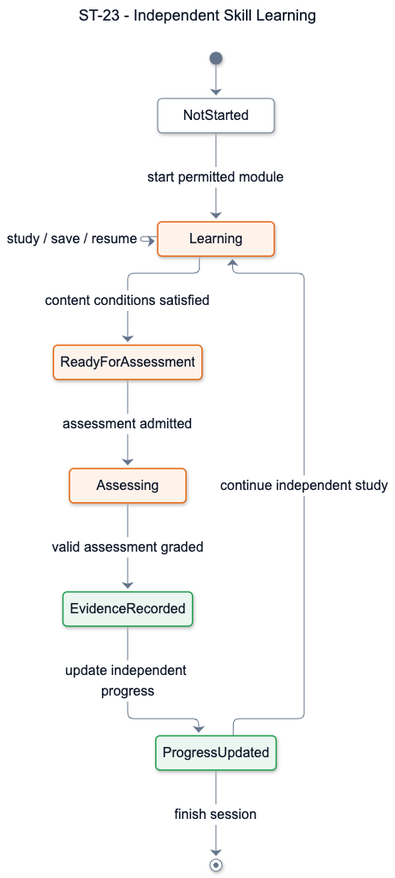
Above: documents/diagrams/mermaid/st-23.png in SEP490-Fall-2026-GFA26SE64/SEP490 (Mermaid), before the change. Its source is kept beside it as documents/diagrams/mermaid/st-23.mmd. The source it was exported from:
```mermaid
---
title: "ST-23 - Independent Skill Learning"
config: {"theme":"base","fontFamily":"Segoe UI, Arial, sans-serif","themeVariables":{"fontFamily":"Segoe UI, Arial, sans-serif","fontSize":"16px","primaryColor":"#ffffff","primaryTextColor":"#0f1729","primaryBorderColor":"#64748b","secondaryColor":"#fef3eb","tertiaryColor":"#ffffff","lineColor":"#64748b","textColor":"#0f1729","mainBkg":"#ffffff","background":"#ffffff","clusterBkg":"#ffffff","clusterBorder":"#64748b","edgeLabelBackground":"#ffffff","titleColor":"#0f1729","noteBkgColor":"#fef3eb","noteTextColor":"#0f1729","noteBorderColor":"#e6650f","labelColor":"#0f1729","compositeBackground":"#ffffff","compositeTitleBackground":"#ffffff","compositeBorder":"#64748b","altBackground":"#ffffff","nodeBorder":"#64748b","nodeTextColor":"#0f1729","cScale0":"#ffffff","cScaleLabel0":"#0f1729","cScale1":"#ffffff","cScaleLabel1":"#0f1729","cScale2":"#ffffff","cScaleLabel2":"#0f1729","cScale3":"#ffffff","cScaleLabel3":"#0f1729","cScale4":"#ffffff","cScaleLabel4":"#0f1729","cScale5":"#ffffff","cScaleLabel5":"#0f1729","cScale6":"#ffffff","cScaleLabel6":"#0f1729","cScale7":"#ffffff","cScaleLabel7":"#0f1729","cScale8":"#ffffff","cScaleLabel8":"#0f1729","cScale9":"#ffffff","cScaleLabel9":"#0f1729","cScale10":"#ffffff","cScaleLabel10":"#0f1729","cScale11":"#ffffff","cScaleLabel11":"#0f1729","secondaryBorderColor":"#64748b","tertiaryBorderColor":"#64748b","secondaryTextColor":"#0f1729","tertiaryTextColor":"#0f1729"},"state":{"nodeSpacing":42,"rankSpacing":64,"padding":16,"fontSize":16,"wrappingWidth":250}}
---
stateDiagram-v2
  state "NotStarted" as SDD_ST_23_NotStarted
  state "Learning" as SDD_ST_23_Learning
  state "ReadyForAssessment" as SDD_ST_23_Ready
  state "Assessing" as SDD_ST_23_Assessing
  state "EvidenceRecorded" as SDD_ST_23_Evidence
  state "ProgressUpdated" as SDD_ST_23_Progress
  [*] --> SDD_ST_23_NotStarted
  SDD_ST_23_NotStarted --> SDD_ST_23_Learning : start permitted module
  SDD_ST_23_Learning --> SDD_ST_23_Learning : study / save / resume
  SDD_ST_23_Learning --> SDD_ST_23_Ready : content conditions satisfied
  SDD_ST_23_Ready --> SDD_ST_23_Assessing : assessment admitted
  SDD_ST_23_Assessing --> SDD_ST_23_Evidence : valid assessment graded
  SDD_ST_23_Evidence --> SDD_ST_23_Progress : update independent progress
  SDD_ST_23_Progress --> SDD_ST_23_Learning : continue independent study
  SDD_ST_23_Progress --> [*] : finish session

  classDef working fill:#fef3eb,stroke:#e6650f,color:#0f1729,stroke-width:1.5px
  classDef accepted fill:#eaf6ef,stroke:#1a9e4a,color:#0f1729,stroke-width:1.5px
  class SDD_ST_23_Learning,SDD_ST_23_Ready,SDD_ST_23_Assessing working
  class SDD_ST_23_Evidence,SDD_ST_23_Progress accepted
```
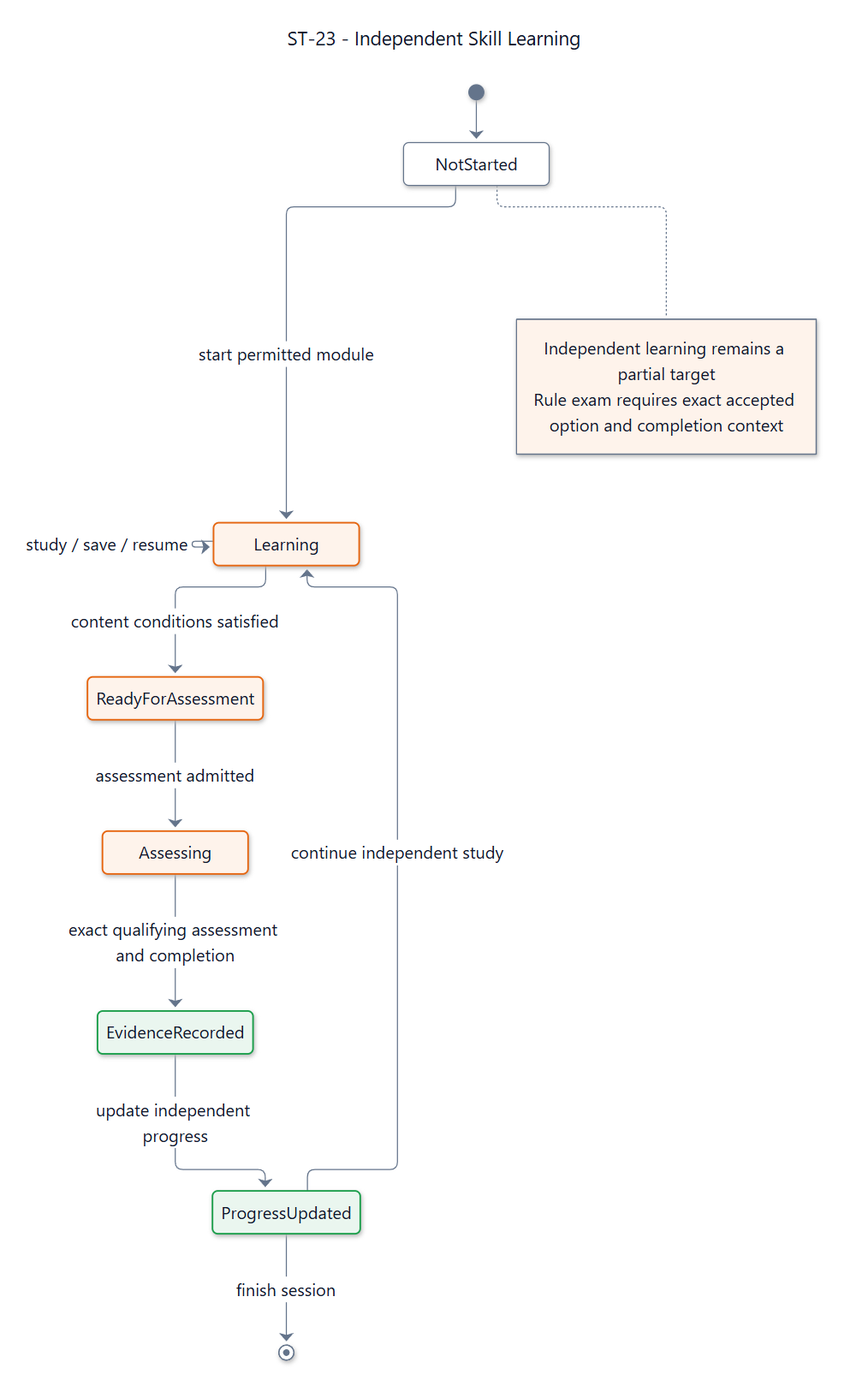
After the commit.

Diff of the diagram source:
```diff
@@ -2,6 +2,7 @@
 title: "ST-23 - Independent Skill Learning"
 config: {"theme":"base","fontFamily":"Segoe UI, Arial, sans-serif","themeVariables":{"fontFamily":"Segoe UI, Arial, sans-serif","fontSize":"16px","primaryColor":"#ffffff","primaryTextColor":"#0f1729","primaryBorderColor":"#64748b","secondaryColor":"#fef3eb","tertiaryColor":"#ffffff","lineColor":"#64748b","textColor":"#0f1729","mainBkg":"#ffffff","background":"#ffffff","clusterBkg":"#ffffff","clusterBorder":"#64748b","edgeLabelBackground":"#ffffff","titleColor":"#0f1729","noteBkgColor":"#fef3eb","noteTextColor":"#0f1729","noteBorderColor":"#e6650f","labelColor":"#0f1729","compositeBackground":"#ffffff","compositeTitleBackground":"#ffffff","compositeBorder":"#64748b","altBackground":"#ffffff","nodeBorder":"#64748b","nodeTextColor":"#0f1729","cScale0":"#ffffff","cScaleLabel0":"#0f1729","cScale1":"#ffffff","cScaleLabel1":"#0f1729","cScale2":"#ffffff","cScaleLabel2":"#0f1729","cScale3":"#ffffff","cScaleLabel3":"#0f1729","cScale4":"#ffffff","cScaleLabel4":"#0f1729","cScale5":"#ffffff","cScaleLabel5":"#0f1729","cScale6":"#ffffff","cScaleLabel6":"#0f1729","cScale7":"#ffffff","cScaleLabel7":"#0f1729","cScale8":"#ffffff","cScaleLabel8":"#0f1729","cScale9":"#ffffff","cScaleLabel9":"#0f1729","cScale10":"#ffffff","cScaleLabel10":"#0f1729","cScale11":"#ffffff","cScaleLabel11":"#0f1729","secondaryBorderColor":"#64748b","tertiaryBorderColor":"#64748b","secondaryTextColor":"#0f1729","tertiaryTextColor":"#0f1729"},"state":{"nodeSpacing":42,"rankSpacing":64,"padding":16,"fontSize":16,"wrappingWidth":250}}
 ---
+
 stateDiagram-v2
   state "NotStarted" as SDD_ST_23_NotStarted
   state "Learning" as SDD_ST_23_Learning
@@ -14,7 +15,7 @@
   SDD_ST_23_Learning --> SDD_ST_23_Learning : study / save / resume
   SDD_ST_23_Learning --> SDD_ST_23_Ready : content conditions satisfied
   SDD_ST_23_Ready --> SDD_ST_23_Assessing : assessment admitted
-  SDD_ST_23_Assessing --> SDD_ST_23_Evidence : valid assessment graded
+  SDD_ST_23_Assessing --> SDD_ST_23_Evidence : exact qualifying assessment and completion
   SDD_ST_23_Evidence --> SDD_ST_23_Progress : update independent progress
   SDD_ST_23_Progress --> SDD_ST_23_Learning : continue independent study
   SDD_ST_23_Progress --> [*] : finish session
@@ -23,3 +24,8 @@
   classDef accepted fill:#eaf6ef,stroke:#1a9e4a,color:#0f1729,stroke-width:1.5px
   class SDD_ST_23_Learning,SDD_ST_23_Ready,SDD_ST_23_Assessing working
   class SDD_ST_23_Evidence,SDD_ST_23_Progress accepted
+
+  note right of SDD_ST_23_NotStarted
+    Independent learning remains a partial target
+    Rule exam requires exact accepted option and completion context
+  end note
```
